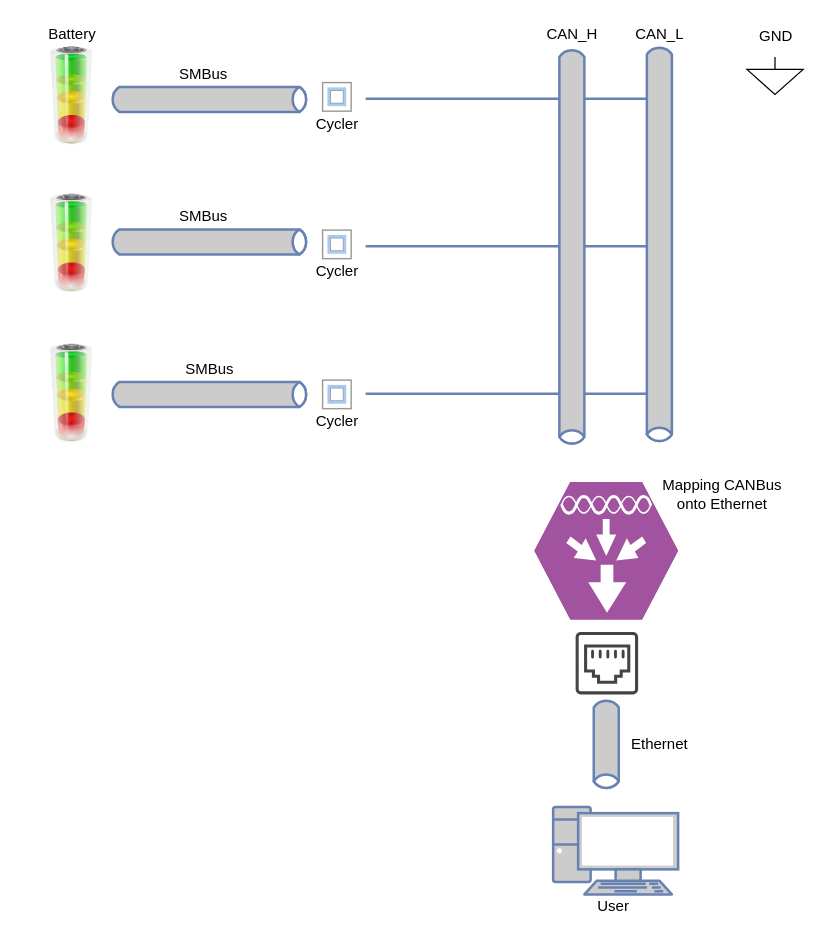
Above: Untitled Diagram.drawio in Elan427/path-planning (draw.io), before the change. Source tidied: cells renumbered, new cells numbered last; positions are measured from the earlier drawing's top-left corner, leaving out a move shared by most shapes. Both pictures are drawn from the tidied source at 125%, with x=0, y=0 at pixel (21, 21).
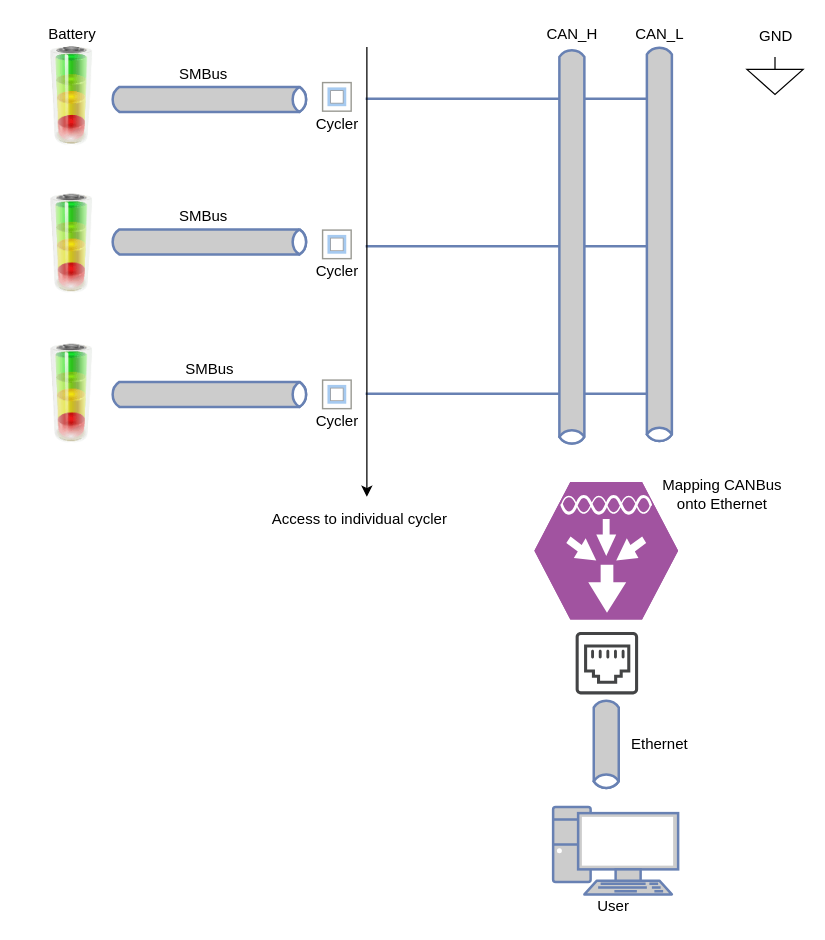
Above is the later version.

What changed in the source:
```diff
@@
+    <mxCell id="34" value="Access to individual cycler" style="text;html=1;align=center;verticalAlign=middle;" parent="1" vertex="1">
+      <mxGeometry x="190" y="388" width="160" height="20" as="geometry" />
+    </mxCell>
+    <mxCell id="35" style="endArrow=classic;html=1;" parent="1" edge="1">
+      <mxGeometry relative="1" as="geometry">
+        <mxPoint x="276" y="20" as="sourcePoint" />
+        <mxPoint x="276" y="380" as="targetPoint" />
+      </mxGeometry>
+    </mxCell>
```
